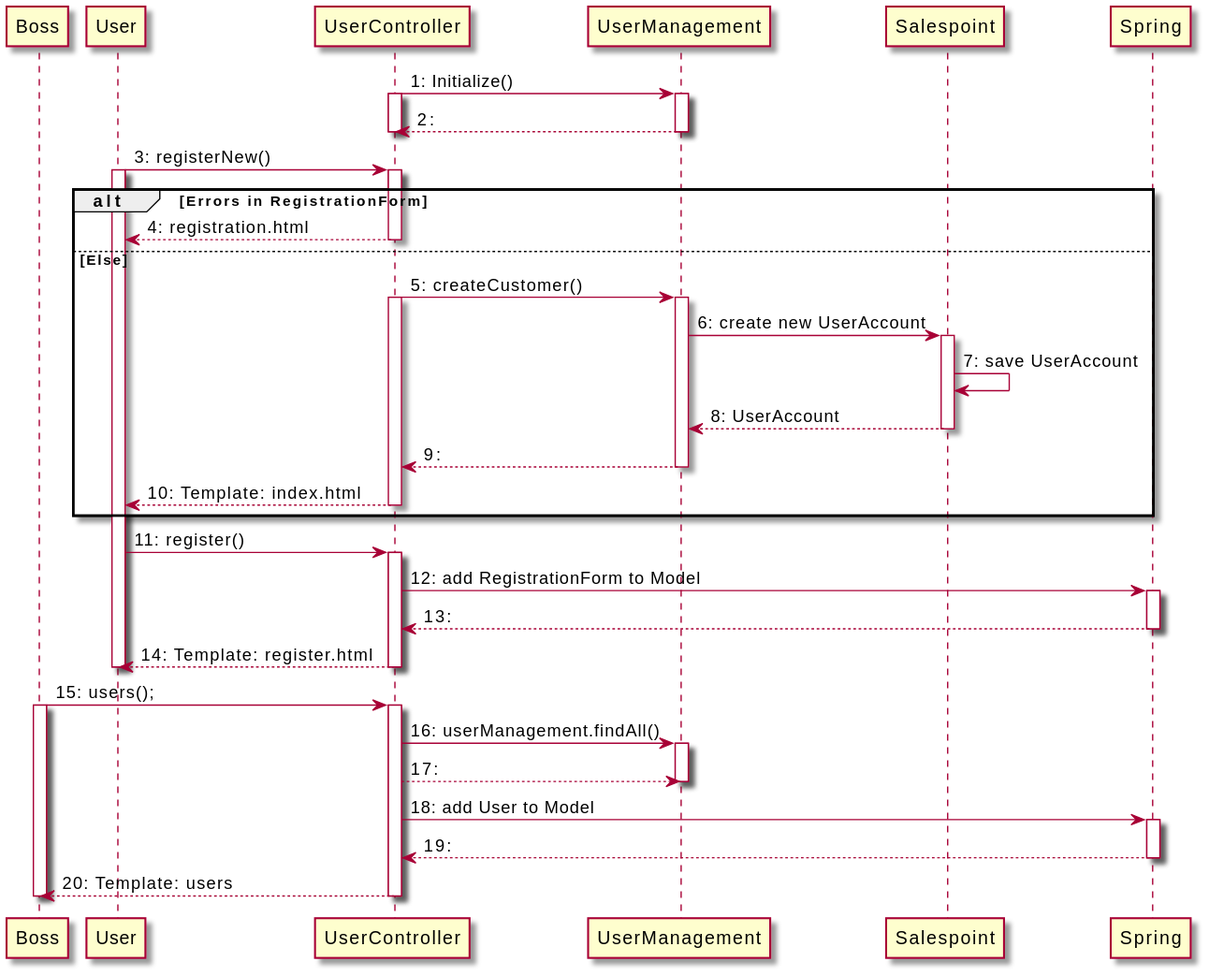
This is src/main/asciidoc/diagrams/developer_docu/seq_user.svg from mezh450d/Software-Technology, a PlantUML export, as it was before one commit. The source it was exported from:
```plantuml
@startuml
participant Boss order 1
participant User order 2
participant UserController order 3
participant UserManagement order 4
participant Salespoint order 5
participant Spring order 6

UserController -> UserManagement : 1: Initialize()
activate UserController
activate UserManagement
UserController <-- UserManagement : 2:
deactivate UserManagement
deactivate UserController

User -> UserController : 3: registerNew()
activate User
alt Errors in RegistrationForm
    activate UserController
    User <-- UserController : 4: registration.html
    deactivate UserController
else Else
    UserController -> UserManagement : 5: createCustomer()
    activate UserController
    activate UserManagement
    UserManagement -> Salespoint : 6: create new UserAccount
    activate Salespoint
    Salespoint -> Salespoint : 7: save UserAccount
    UserManagement <-- Salespoint : 8: UserAccount
    deactivate Salespoint
    UserController <-- UserManagement : 9:
    deactivate UserManagement
    User <-- UserController : 10: Template: index.html
    deactivate UserController
end
User -> UserController : 11: register()
activate UserController
UserController -> Spring : 12: add RegistrationForm to Model
activate Spring
UserController <-- Spring : 13:
deactivate Spring
User <-- UserController : 14: Template: register.html
deactivate UserController
deactivate User

Boss -> UserController : 15: users();
activate Boss
activate UserController
UserController -> UserManagement : 16: userManagement.findAll()
activate UserManagement
UserManagement <-- UserController : 17:
deactivate UserManagement
UserController -> Spring : 18: add User to Model
activate Spring
UserController <-- Spring : 19:
deactivate Spring
Boss <-- UserController : 20: Template: users
deactivate UserController
deactivate Boss
@enduml
```
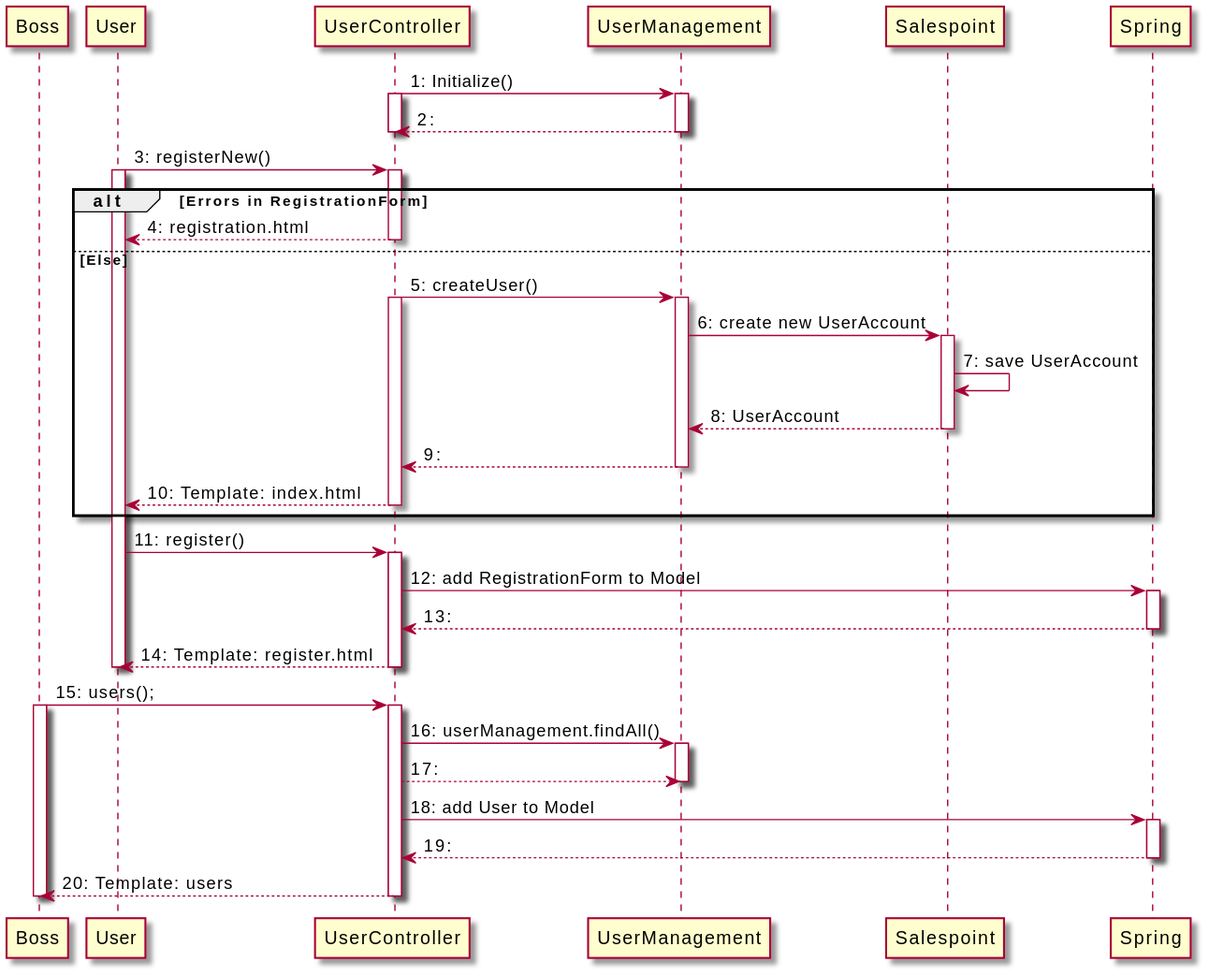
Above is the later version.

Commit message:
Änderung Sequenzdiagramme für User, Community

The edit, as a diff of the source:
```diff
@@ -20,7 +20,7 @@
     User <-- UserController : 4: registration.html
     deactivate UserController
 else Else
-    UserController -> UserManagement : 5: createCustomer()
+    UserController -> UserManagement : 5: createUser()
     activate UserController
     activate UserManagement
     UserManagement -> Salespoint : 6: create new UserAccount
```
